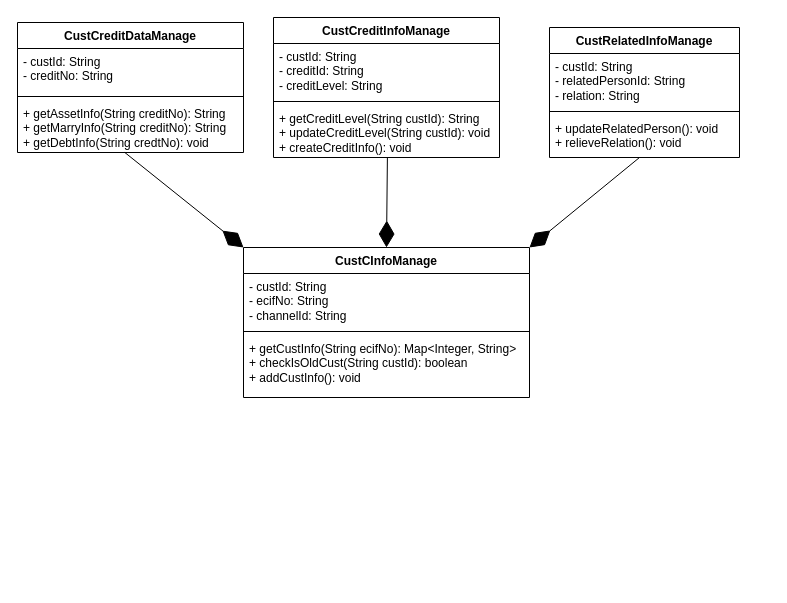
The draw.io diagram 开户类图.drawio in wuxiao-web/graduationThesis, before the edit. Source tidied: cells renumbered, new cells numbered last; positions are measured from the earlier drawing's top-left corner, leaving out a move shared by most shapes. Both pictures are drawn from the tidied source at 100%, with x=0, y=0 at pixel (17, 17).
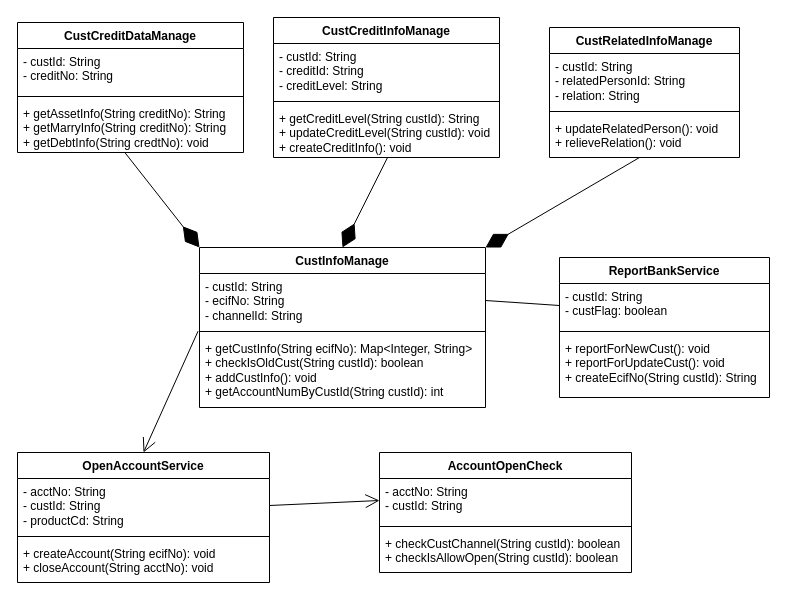
The same diagram, later.

Commit message:
更新开户类图.drawio

Unchanged cells that the change refers to:
```xml
<mxCell id="3" value="- custId: String&lt;br&gt;- ecifNo: String&lt;br&gt;- channelId: String" style="text;strokeColor=none;fillColor=none;align=left;verticalAlign=top;spacingLeft=4;spacingRight=4;overflow=hidden;points=[[0,0.5],[1,0.5]];portConstraint=eastwest;whiteSpace=wrap;html=1;" parent="2" vertex="1">
  <mxGeometry y="26" width="286" height="54" as="geometry" />
</mxCell>
<mxCell id="4" style="line;strokeWidth=1;fillColor=none;align=left;verticalAlign=middle;spacingTop=-1;spacingLeft=3;spacingRight=3;labelPosition=right;points=[];portConstraint=eastwest;strokeColor=inherit;" parent="2" vertex="1">
  <mxGeometry y="80" width="286" height="8" as="geometry" />
</mxCell>
```

The edit, as a diff of the source:
```diff
@@
-    <mxCell id="2" value="CustCInfoManage" style="swimlane;fontStyle=1;align=center;verticalAlign=top;horizontal=1;startSize=26;whiteSpace=wrap;html=1;" parent="1" vertex="1">
-      <mxGeometry x="226" y="230" width="286" height="150" as="geometry" />
+    <mxCell id="2" value="CustInfoManage" style="swimlane;fontStyle=1;align=center;verticalAlign=top;horizontal=1;startSize=26;whiteSpace=wrap;html=1;" parent="1" vertex="1">
+      <mxGeometry x="182" y="230" width="286" height="160" as="geometry" />
     </mxCell>
@@
-    <mxCell id="5" value="+ getCustInfo(String ecifNo): Map&amp;lt;Integer, String&amp;gt;&lt;br&gt;+ checkIsOldCust(String custId): boolean&lt;br&gt;+ addCustInfo(): void" style="text;strokeColor=none;fillColor=none;align=left;verticalAlign=top;spacingLeft=4;spacingRight=4;overflow=hidden;whiteSpace=wrap;html=1;" parent="2" vertex="1">
-      <mxGeometry y="88" width="286" height="62" as="geometry" />
+    <mxCell id="5" value="+ getCustInfo(String ecifNo): Map&amp;lt;Integer, String&amp;gt;&lt;br&gt;+ checkIsOldCust(String custId): boolean&lt;br&gt;+ addCustInfo(): void&lt;br&gt;+ getAccountNumByCustId(String custId): int" style="text;strokeColor=none;fillColor=none;align=left;verticalAlign=top;spacingLeft=4;spacingRight=4;overflow=hidden;whiteSpace=wrap;html=1;" parent="2" vertex="1">
+      <mxGeometry y="88" width="286" height="72" as="geometry" />
     </mxCell>
@@
-    <mxCell id="20" style="endArrow=diamondThin;endFill=1;endSize=24;html=1;rounded=0;entryX=0.5;entryY=0;entryDx=0;entryDy=0;" parent="1" edge="1">
+    <mxCell id="20" style="endArrow=diamondThin;endFill=1;endSize=24;html=1;rounded=0;entryX=1;entryY=0;entryDx=0;entryDy=0;" parent="1" edge="1" target="2">
       <mxGeometry relative="1" as="geometry">
         <mxPoint x="622" y="140" as="sourcePoint" />
-        <mxPoint x="512" y="230" as="targetPoint" />
       </mxGeometry>
     </mxCell>
+    <mxCell id="21" value="ReportBankService" style="swimlane;fontStyle=1;align=center;verticalAlign=top;horizontal=1;startSize=26;whiteSpace=wrap;html=1;" parent="1" vertex="1">
+      <mxGeometry x="542" y="240" width="210" height="140" as="geometry" />
+    </mxCell>
+    <mxCell id="22" value="- custId: String&lt;br&gt;- custFlag: boolean" style="text;strokeColor=none;fillColor=none;align=left;verticalAlign=top;spacingLeft=4;spacingRight=4;overflow=hidden;points=[[0,0.5],[1,0.5]];portConstraint=eastwest;whiteSpace=wrap;html=1;" parent="21" vertex="1">
+      <mxGeometry y="26" width="210" height="44" as="geometry" />
+    </mxCell>
+    <mxCell id="23" style="line;strokeWidth=1;fillColor=none;align=left;verticalAlign=middle;spacingTop=-1;spacingLeft=3;spacingRight=3;labelPosition=right;strokeColor=inherit;" parent="21" vertex="1">
+      <mxGeometry y="70" width="210" height="8" as="geometry" />
+    </mxCell>
+    <mxCell id="24" value="+ reportForNewCust(): void&lt;br&gt;+ reportForUpdateCust(): void&lt;br&gt;+ createEcifNo(String custId): String" style="text;strokeColor=none;fillColor=none;align=left;verticalAlign=top;spacingLeft=4;spacingRight=4;overflow=hidden;whiteSpace=wrap;html=1;" parent="21" vertex="1">
+      <mxGeometry y="78" width="210" height="62" as="geometry" />
+    </mxCell>
+    <mxCell id="25" value="OpenAccountService" style="swimlane;fontStyle=1;align=center;verticalAlign=top;horizontal=1;startSize=26;whiteSpace=wrap;html=1;" parent="1" vertex="1">
+      <mxGeometry y="435" width="252" height="130" as="geometry" />
+    </mxCell>
+    <mxCell id="26" value="- acctNo: String&lt;br&gt;- custId: String&lt;br&gt;- productCd: String" style="text;strokeColor=none;fillColor=none;align=left;verticalAlign=top;spacingLeft=4;spacingRight=4;overflow=hidden;points=[[0,0.5],[1,0.5]];portConstraint=eastwest;whiteSpace=wrap;html=1;" parent="25" vertex="1">
+      <mxGeometry y="26" width="252" height="54" as="geometry" />
+    </mxCell>
+    <mxCell id="27" style="line;strokeWidth=1;fillColor=none;align=left;verticalAlign=middle;spacingTop=-1;spacingLeft=3;spacingRight=3;labelPosition=right;strokeColor=inherit;" parent="25" vertex="1">
+      <mxGeometry y="80" width="252" height="8" as="geometry" />
+    </mxCell>
+    <mxCell id="28" value="+ createAccount(String ecifNo): void&lt;br&gt;+ closeAccount(String acctNo): void" style="text;strokeColor=none;fillColor=none;align=left;verticalAlign=top;spacingLeft=4;spacingRight=4;overflow=hidden;whiteSpace=wrap;html=1;" parent="25" vertex="1">
+      <mxGeometry y="88" width="252" height="42" as="geometry" />
+    </mxCell>
+    <mxCell id="29" style="endArrow=open;endFill=1;endSize=12;html=1;rounded=0;entryX=0.5;entryY=0;entryDx=0;entryDy=0;exitX=-0.005;exitY=0.458;exitDx=0;exitDy=0;exitPerimeter=0;" parent="1" edge="1" source="4" target="25">
+      <mxGeometry relative="1" as="geometry" />
+    </mxCell>
+    <mxCell id="30" style="endArrow=none;endFill=0;endSize=12;html=1;rounded=0;entryX=1;entryY=0.5;entryDx=0;entryDy=0;exitX=0;exitY=0.5;exitDx=0;exitDy=0;" parent="1" edge="1" source="22" target="3">
+      <mxGeometry relative="1" as="geometry" />
+    </mxCell>
+    <mxCell id="31" value="AccountOpenCheck" style="swimlane;fontStyle=1;align=center;verticalAlign=top;horizontal=1;startSize=26;whiteSpace=wrap;html=1;" parent="1" vertex="1">
+      <mxGeometry x="362" y="435" width="252" height="120" as="geometry" />
+    </mxCell>
+    <mxCell id="32" value="- acctNo: String&lt;br&gt;- custId: String" style="text;strokeColor=none;fillColor=none;align=left;verticalAlign=top;spacingLeft=4;spacingRight=4;overflow=hidden;points=[[0,0.5],[1,0.5]];portConstraint=eastwest;whiteSpace=wrap;html=1;" parent="31" vertex="1">
+      <mxGeometry y="26" width="252" height="44" as="geometry" />
+    </mxCell>
+    <mxCell id="33" style="line;strokeWidth=1;fillColor=none;align=left;verticalAlign=middle;spacingTop=-1;spacingLeft=3;spacingRight=3;labelPosition=right;strokeColor=inherit;" parent="31" vertex="1">
+      <mxGeometry y="70" width="252" height="8" as="geometry" />
+    </mxCell>
+    <mxCell id="34" value="+ checkCustChannel(String custId): boolean&lt;br&gt;+ checkIsAllowOpen(String custId): boolean" style="text;strokeColor=none;fillColor=none;align=left;verticalAlign=top;spacingLeft=4;spacingRight=4;overflow=hidden;whiteSpace=wrap;html=1;" parent="31" vertex="1">
+      <mxGeometry y="78" width="252" height="42" as="geometry" />
+    </mxCell>
+    <mxCell id="35" style="endArrow=open;endFill=1;endSize=12;html=1;rounded=0;entryX=0;entryY=0.5;entryDx=0;entryDy=0;exitX=1;exitY=0.5;exitDx=0;exitDy=0;" parent="1" edge="1" source="26" target="32">
+      <mxGeometry relative="1" as="geometry" />
+    </mxCell>
```
